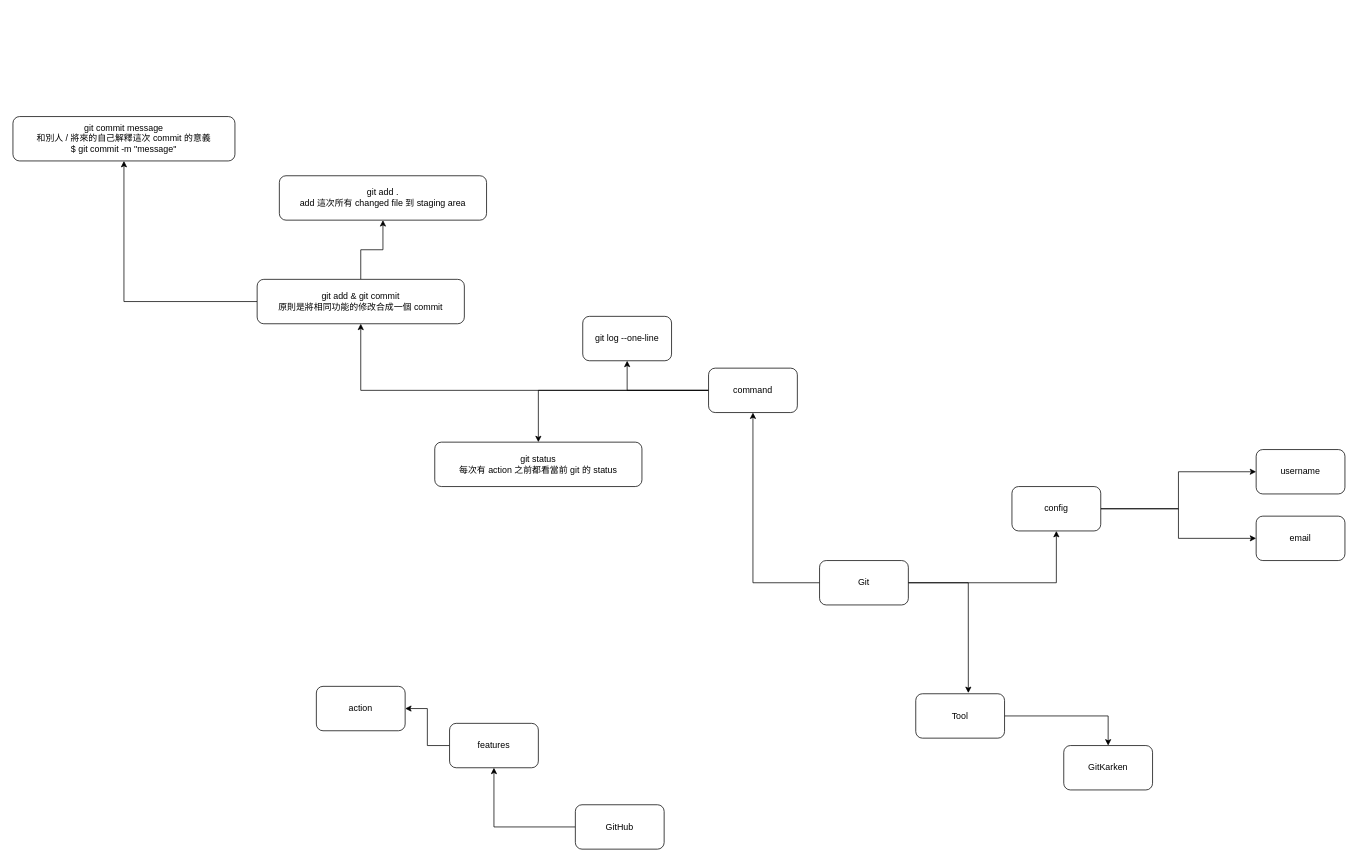
Mini-Pingu/7950x_git keeps this draw.io diagram as master_git.drawio. Above is the earlier version. Source tidied: cells renumbered, new cells numbered last; positions are measured from the earlier drawing's top-left corner, leaving out a move shared by most shapes. Both pictures are drawn from the tidied source at 74%, with x=0, y=0 at pixel (13, 116).
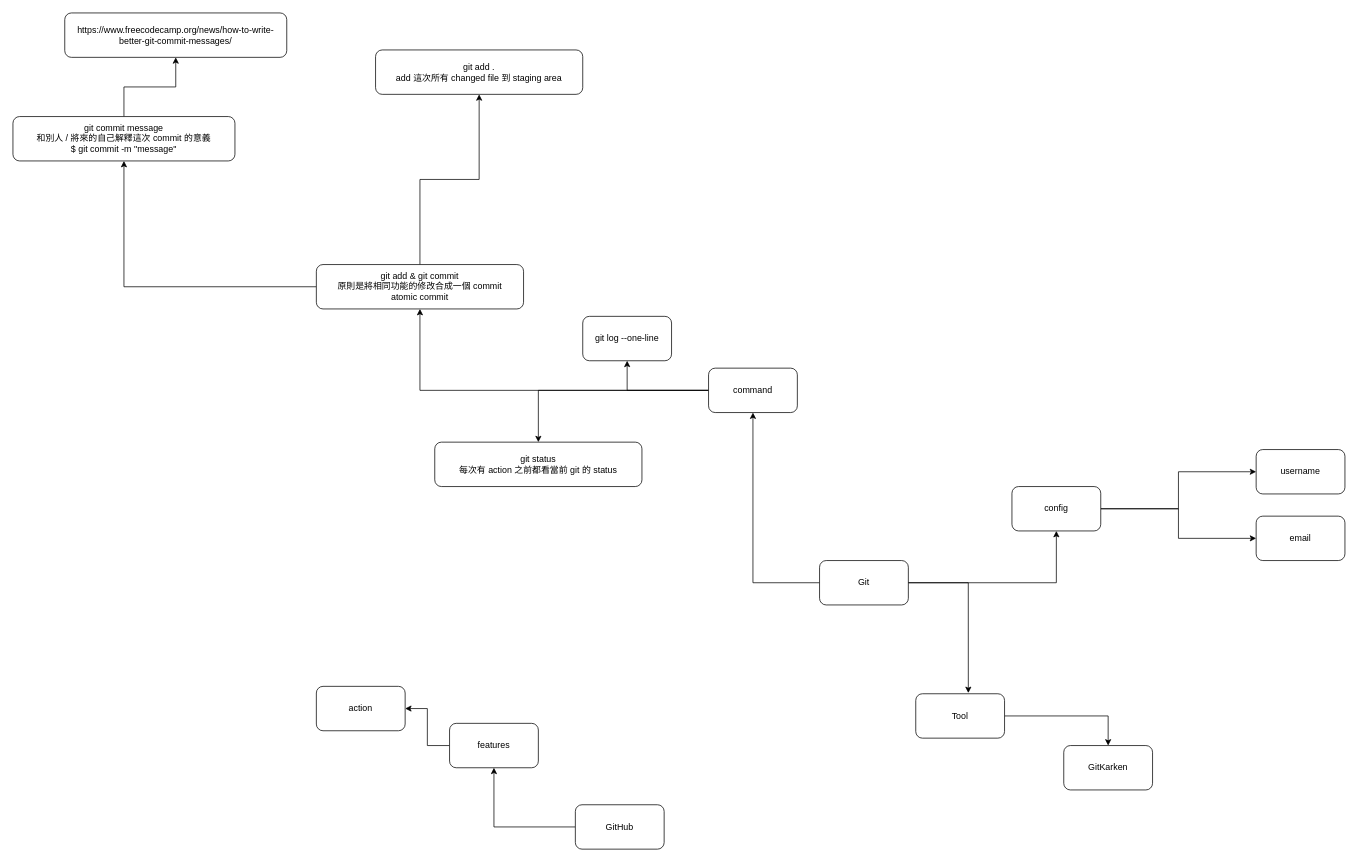
The same page after the edit.

Commit message (it also covers changes not shown here):
更新 commit 內容原則

添加 freecodecamp link for commit 原則

Unchanged cells that the change refers to:
```xml
<mxCell id="28" value="git commit message&lt;br&gt;和別人 / 將來的自己解釋這次 commit 的意義&lt;br&gt;$ git commit -m &quot;message&quot;" style="rounded=1;whiteSpace=wrap;html=1;" parent="1" vertex="1">
  <mxGeometry width="300" height="60" as="geometry" />
</mxCell>
```

Diff of the diagram source:
```diff
@@
-    <mxCell id="27" value="git add &amp;amp; git commit&lt;br&gt;原則是將相同功能的修改合成一個 commit" style="rounded=1;whiteSpace=wrap;html=1;" parent="1" vertex="1">
-      <mxGeometry x="330" y="220" width="280" height="60" as="geometry" />
+    <mxCell id="27" value="git add &amp;amp; git commit&lt;br&gt;原則是將相同功能的修改合成一個 commit&lt;br&gt;atomic commit" style="rounded=1;whiteSpace=wrap;html=1;" parent="1" vertex="1">
+      <mxGeometry x="410" y="200" width="280" height="60" as="geometry" />
     </mxCell>
+    <mxCell id="30" style="edgeStyle=orthogonalEdgeStyle;rounded=0;jettySize=auto;html=1;" parent="1" edge="1" source="28" target="31">
+      <mxGeometry relative="1" as="geometry" />
+    </mxCell>
@@
     <mxCell id="29" value="git add .&lt;br&gt;add 這次所有 changed file 到 staging area" style="rounded=1;whiteSpace=wrap;html=1;" parent="1" vertex="1">
-      <mxGeometry x="360" y="80" width="280" height="60" as="geometry" />
+      <mxGeometry x="490" y="-90" width="280" height="60" as="geometry" />
     </mxCell>
+    <mxCell id="31" value="https://www.freecodecamp.org/news/how-to-write-better-git-commit-messages/" style="rounded=1;whiteSpace=wrap;html=1;" parent="1" vertex="1">
+      <mxGeometry x="70" y="-140" width="300" height="60" as="geometry" />
+    </mxCell>
```
